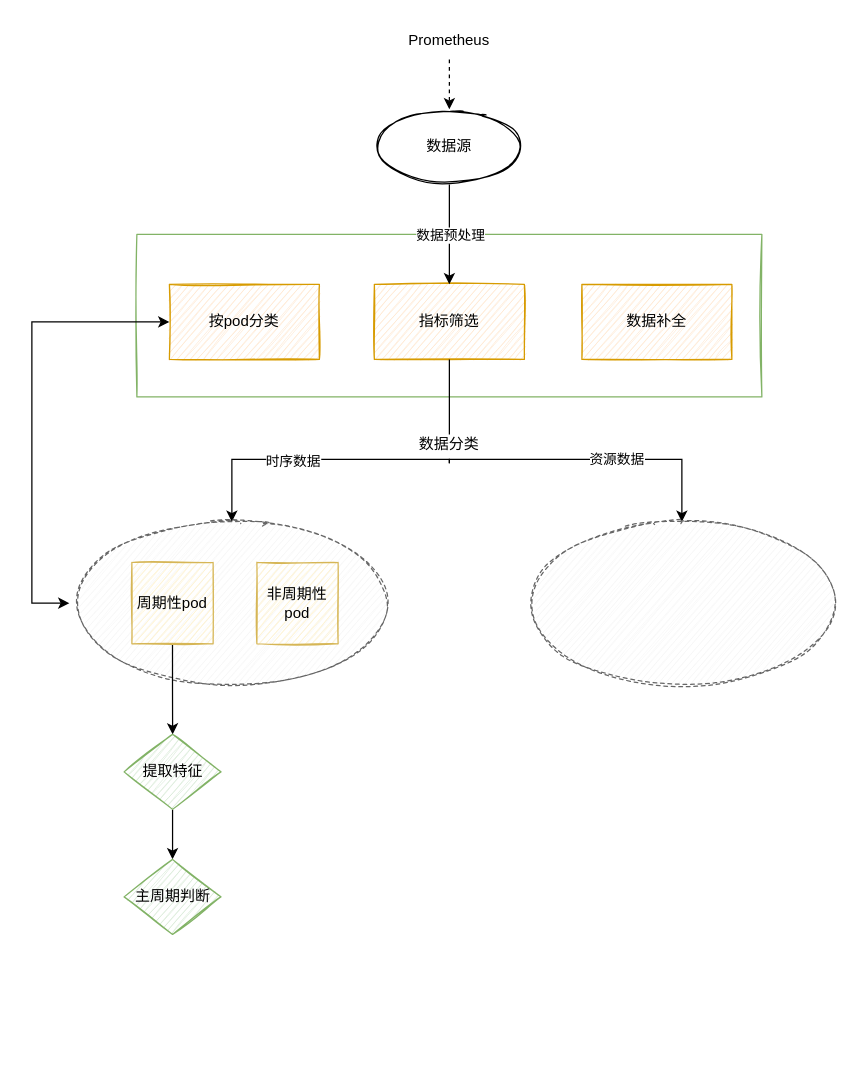
This is page "Page-1" (1 of 2) of Untitled Diagram.drawio from 20160920/draw-picture, a draw.io file, before an edit. Source tidied: cells renumbered, new cells numbered last; positions are measured from the earlier drawing's top-left corner, leaving out a move shared by most shapes. Both pictures are drawn from the tidied source at 125%, with x=0, y=0 at pixel (31, 21).
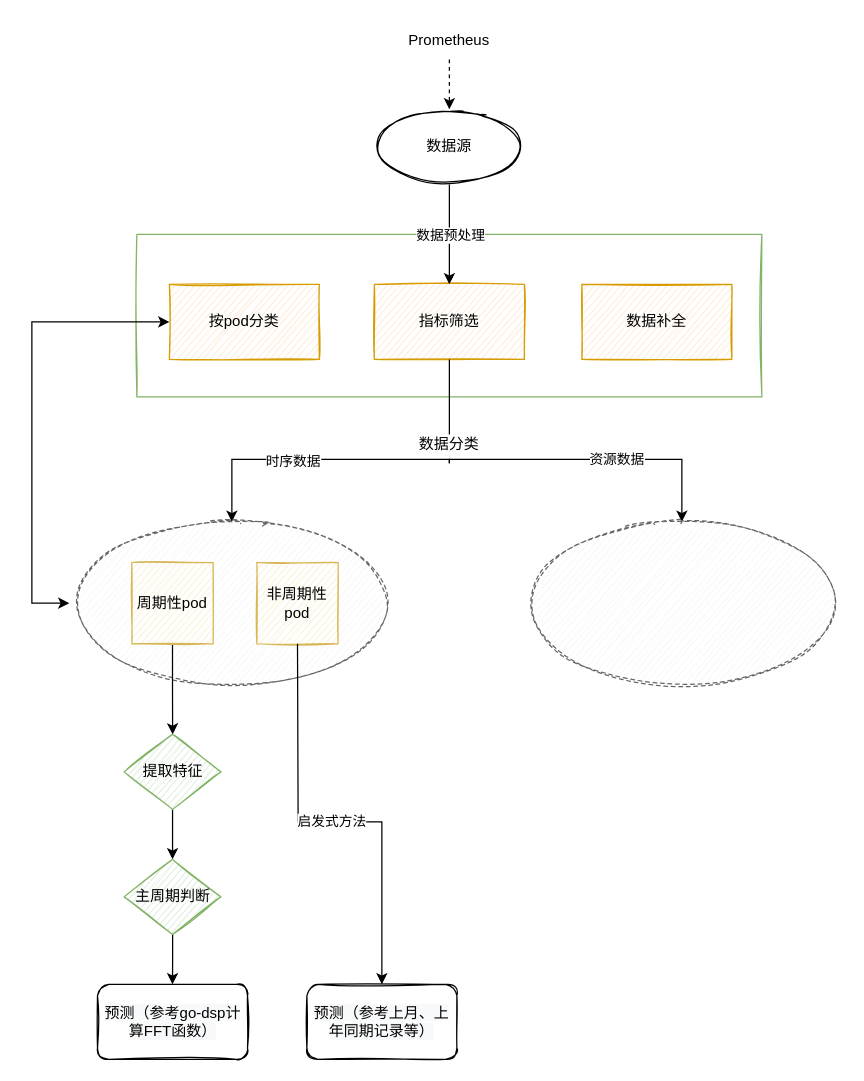
Above is the later version.

The change refers to these unchanged cells:
```xml
<mxCell id="21" value="非周期性&lt;br&gt;pod" style="whiteSpace=wrap;html=1;sketch=1;fillColor=#fff2cc;strokeColor=#d6b656;" parent="1" vertex="1">
  <mxGeometry x="180" y="432.5" width="65" height="65" as="geometry" />
</mxCell>
<mxCell id="25" value="主周期判断" style="rhombus;whiteSpace=wrap;html=1;fillColor=#d5e8d4;strokeColor=#82b366;sketch=1;" parent="1" vertex="1">
  <mxGeometry x="73.8" y="670" width="77.5" height="60" as="geometry" />
</mxCell>
```

The edit, as a diff of the source:
```diff
@@
+    <mxCell id="26" style="edgeStyle=orthogonalEdgeStyle;rounded=0;jettySize=auto;html=1;" parent="1" edge="1" source="25">
+      <mxGeometry relative="1" as="geometry">
+        <mxPoint x="112.5" y="770" as="targetPoint" />
+      </mxGeometry>
+    </mxCell>
@@
+    <mxCell id="27" value="&lt;span style=&quot;caret-color: rgb(0, 0, 0); color: rgb(0, 0, 0); font-family: Helvetica; font-size: 12px; font-style: normal; font-variant-caps: normal; font-weight: 400; letter-spacing: normal; text-align: center; text-indent: 0px; text-transform: none; word-spacing: 0px; -webkit-text-stroke-width: 0px; background-color: rgb(248, 249, 250); text-decoration: none; float: none; display: inline !important;&quot;&gt;预测（参考go-dsp计算FFT函数）&lt;/span&gt;" style="rounded=1;whiteSpace=wrap;html=1;sketch=1;fillColor=#FFFFFF;" parent="1" vertex="1">
+      <mxGeometry x="52.5" y="770" width="120" height="60" as="geometry" />
+    </mxCell>
+    <mxCell id="28" value="启发式方法" style="endArrow=classic;html=1;rounded=0;exitX=0.5;exitY=1;exitDx=0;exitDy=0;entryX=0.5;entryY=0;entryDx=0;entryDy=0;" parent="1" edge="1" source="21" target="29">
+      <mxGeometry relative="1" as="geometry">
+        <Array as="points">
+          <mxPoint x="213" y="640" />
+          <mxPoint x="280" y="640" />
+        </Array>
+      </mxGeometry>
+    </mxCell>
+    <mxCell id="29" value="&lt;span style=&quot;caret-color: rgb(0, 0, 0); color: rgb(0, 0, 0); font-family: Helvetica; font-size: 12px; font-style: normal; font-variant-caps: normal; font-weight: 400; letter-spacing: normal; text-align: center; text-indent: 0px; text-transform: none; word-spacing: 0px; -webkit-text-stroke-width: 0px; background-color: rgb(248, 249, 250); text-decoration: none; float: none; display: inline !important;&quot;&gt;预测（参考上月、上年同期记录等）&lt;/span&gt;" style="rounded=1;whiteSpace=wrap;html=1;sketch=1;fillColor=#FFFFFF;" parent="1" vertex="1">
+      <mxGeometry x="220" y="770" width="120" height="60" as="geometry" />
+    </mxCell>
```
